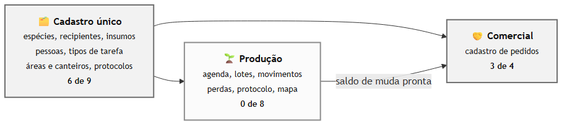
The Mermaid diagram docs/rotinas/img/mapa-4-areas.png in JoaoMudar/tcc, before a commit. Its source is kept beside it as docs/rotinas/img/mapa-4-areas.mmd.
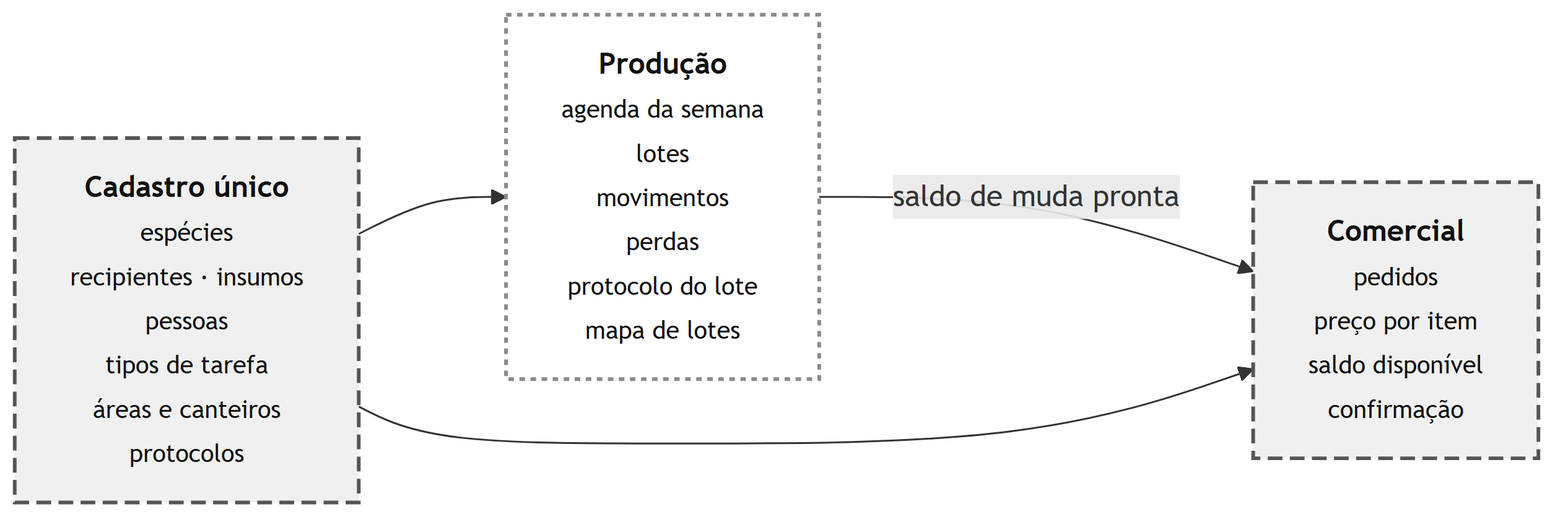
After the change.

Change to the diagram source:
```diff
@@ -1,16 +1,16 @@
+%%{init: {'flowchart': {'rankSpacing': 80, 'nodeSpacing': 50, 'curve': 'basis'}}}%%
 flowchart LR
-  C["🗂️ <b>Cadastro único</b><br/><small>espécies, recipientes, insumos<br/>pessoas, tipos de tarefa<br/>áreas e canteiros, protocolos<br/><b>6 de 9</b></small>"]
-  R["🌱 <b>Produção</b><br/><small>agenda, lotes, movimentos<br/>perdas, protocolo, mapa<br/><b>0 de 8</b></small>"]
-  P["🤝 <b>Comercial</b><br/><small>cadastro de pedidos<br/><b>3 de 4</b></small>"]
+  C["<b>Cadastro único</b><br/><small>espécies<br/>recipientes · insumos<br/>pessoas<br/>tipos de tarefa<br/>áreas e canteiros<br/>protocolos</small>"]
+  R["<b>Produção</b><br/><small>agenda da semana<br/>lotes<br/>movimentos<br/>perdas<br/>protocolo do lote<br/>mapa de lotes</small>"]
+  P["<b>Comercial</b><br/><small>pedidos<br/>preço por item<br/>saldo disponível<br/>confirmação</small>"]
 
   C --> R
+  R -->|"saldo de muda pronta"| P
   C --> P
-  R -->|"saldo de muda pronta"| P
 
   classDef ok fill:#dcfce7,stroke:#16a34a,stroke-width:2px,color:#111
   classDef meio fill:#fef3c7,stroke:#d97706,stroke-width:2px,color:#111
   classDef falta fill:#fee2e2,stroke:#dc2626,stroke-width:2px,color:#111
-  classDef grupo fill:#f8fafc,stroke:#cbd5e1,stroke-width:1px,color:#334155
 
   class C,P meio
   class R falta
```
